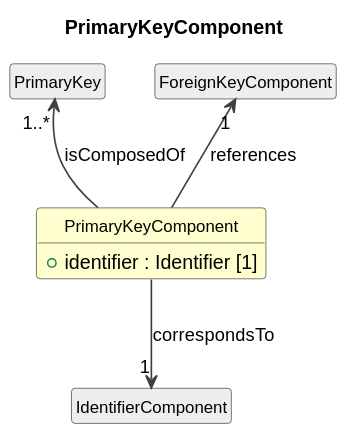
The PlantUML diagram cdif-uml-model/CDIFDataStructure/Classes/PrimaryKeyComponent.svg in Cross-Domain-Interoperability-Framework/metadataBuildingBlocks, before a commit.
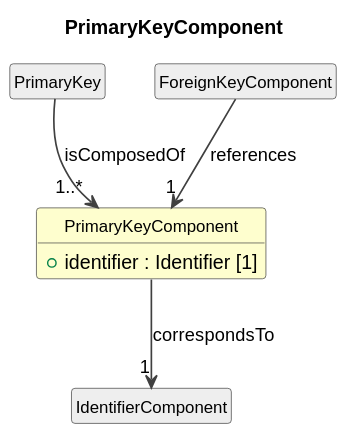
Above is the later version.

The edit, as a diff of the source:
```diff
@@ -14,9 +14,9 @@
   +identifier : Identifier [1]
 }
 class "PrimaryKey" as PrimaryKey #EEEEEE
-PrimaryKey "1..*" <-- PrimaryKeyComponent : isComposedOf
+PrimaryKey --> "1..*" PrimaryKeyComponent : isComposedOf
 class "IdentifierComponent" as IdentifierComponent #EEEEEE
 PrimaryKeyComponent --> "1" IdentifierComponent : correspondsTo
 class "ForeignKeyComponent" as ForeignKeyComponent #EEEEEE
-ForeignKeyComponent "1" <-- PrimaryKeyComponent : references
+ForeignKeyComponent --> "1" PrimaryKeyComponent : references
 @enduml
```
